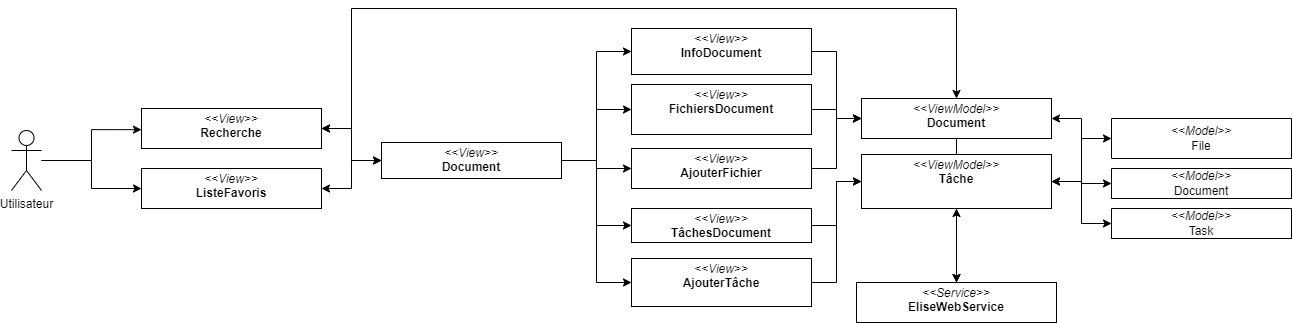
Above: images_pfe/dca_sprint3.png in PFE-Neoledge-2023/rapport (draw.io), before the change. Source tidied: cells renumbered, new cells last; positions are measured from the earlier drawing's top-left corner, leaving out a move shared by most shapes.
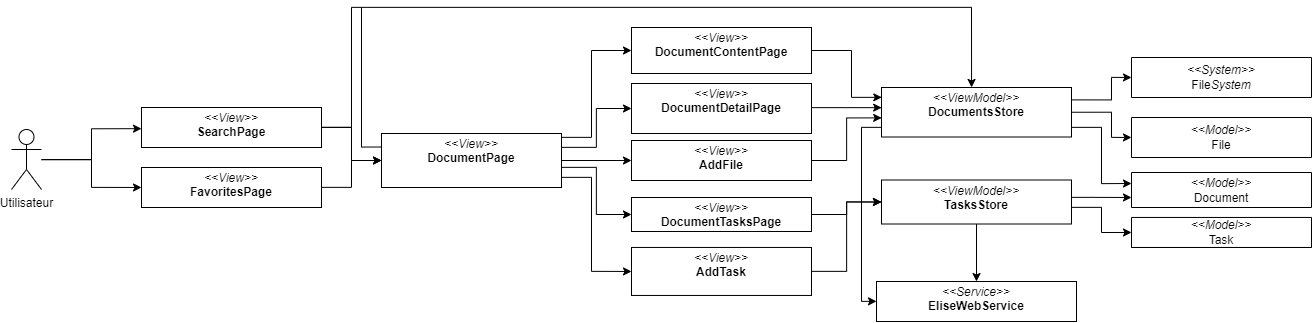
After the commit.

Commit message:
update dcp dcc sprint3

Change to the diagram source:
```diff
@@ -11,107 +11,189 @@
     <mxCell id="4" value="Utilisateur" style="shape=umlActor;verticalLabelPosition=bottom;verticalAlign=top;html=1;outlineConnect=0;" parent="1" vertex="1">
       <mxGeometry y="122" width="30" height="60" as="geometry" />
     </mxCell>
-    <mxCell id="5" style="edgeStyle=orthogonalEdgeStyle;rounded=0;jettySize=auto;html=1;entryX=0;entryY=0.5;entryDx=0;entryDy=0;startArrow=classic;startFill=1;" parent="1" edge="1" source="6" target="15">
+    <mxCell id="5" style="edgeStyle=orthogonalEdgeStyle;rounded=0;jettySize=auto;html=1;entryX=0;entryY=0.5;entryDx=0;entryDy=0;startArrow=none;startFill=0;" parent="1" edge="1" source="6" target="15">
       <mxGeometry relative="1" as="geometry" />
     </mxCell>
-    <mxCell id="6" value="&lt;p style=&quot;margin:0px;margin-top:4px;text-align:center;&quot;&gt;&lt;i&gt;&amp;lt;&amp;lt;View&amp;gt;&amp;gt;&lt;/i&gt;&lt;br&gt;&lt;b&gt;ListeFavoris&lt;/b&gt;&lt;/p&gt;&lt;p style=&quot;border-color: var(--border-color); margin: 0px 0px 0px 4px;&quot;&gt;&lt;br&gt;&lt;/p&gt;" style="verticalAlign=top;align=left;overflow=fill;fontSize=12;fontFamily=Helvetica;html=1;whiteSpace=wrap;" parent="1" vertex="1">
+    <mxCell id="6" value="&lt;p style=&quot;margin:0px;margin-top:4px;text-align:center;&quot;&gt;&lt;i&gt;&amp;lt;&amp;lt;View&amp;gt;&amp;gt;&lt;/i&gt;&lt;br&gt;&lt;b&gt;FavoritesPage&lt;/b&gt;&lt;br&gt;&lt;/p&gt;&lt;p style=&quot;border-color: var(--border-color); margin: 0px 0px 0px 4px;&quot;&gt;&lt;br&gt;&lt;/p&gt;" style="verticalAlign=top;align=left;overflow=fill;fontSize=12;fontFamily=Helvetica;html=1;whiteSpace=wrap;" parent="1" vertex="1">
       <mxGeometry x="130" y="160" width="180" height="40" as="geometry" />
     </mxCell>
-    <mxCell id="7" style="edgeStyle=orthogonalEdgeStyle;rounded=0;jettySize=auto;html=1;startArrow=classic;startFill=1;" parent="1" edge="1" source="9" target="15">
+    <mxCell id="7" style="edgeStyle=orthogonalEdgeStyle;rounded=0;jettySize=auto;html=1;startArrow=none;startFill=0;" parent="1" edge="1" source="9" target="15">
       <mxGeometry relative="1" as="geometry" />
     </mxCell>
-    <mxCell id="8" style="edgeStyle=orthogonalEdgeStyle;rounded=0;jettySize=auto;html=1;entryX=0.5;entryY=0;entryDx=0;entryDy=0;startArrow=classic;startFill=1;" parent="1" edge="1" source="9" target="28">
+    <mxCell id="8" style="edgeStyle=orthogonalEdgeStyle;rounded=0;jettySize=auto;html=1;entryX=0.474;entryY=-0.001;entryDx=0;entryDy=0;startArrow=none;startFill=0;entryPerimeter=0;" parent="1" edge="1" source="9" target="28">
       <mxGeometry relative="1" as="geometry">
         <Array as="points">
           <mxPoint x="340" y="120" />
           <mxPoint x="340" />
-          <mxPoint x="945" />
+          <mxPoint x="960" />
         </Array>
       </mxGeometry>
     </mxCell>
-    <mxCell id="9" value="&lt;p style=&quot;margin:0px;margin-top:4px;text-align:center;&quot;&gt;&lt;i&gt;&amp;lt;&amp;lt;View&amp;gt;&amp;gt;&lt;/i&gt;&lt;br&gt;&lt;b&gt;Recherche&lt;/b&gt;&lt;/p&gt;" style="verticalAlign=top;align=left;overflow=fill;fontSize=12;fontFamily=Helvetica;html=1;whiteSpace=wrap;" parent="1" vertex="1">
+    <mxCell id="9" value="&lt;p style=&quot;margin:0px;margin-top:4px;text-align:center;&quot;&gt;&lt;i&gt;&amp;lt;&amp;lt;View&amp;gt;&amp;gt;&lt;/i&gt;&lt;br&gt;&lt;b&gt;SearchPage&lt;/b&gt;&lt;br&gt;&lt;/p&gt;" style="verticalAlign=top;align=left;overflow=fill;fontSize=12;fontFamily=Helvetica;html=1;whiteSpace=wrap;" parent="1" vertex="1">
       <mxGeometry x="130" y="100" width="180" height="40" as="geometry" />
     </mxCell>
     <mxCell id="10" style="edgeStyle=orthogonalEdgeStyle;rounded=0;jettySize=auto;html=1;entryX=0;entryY=0.5;entryDx=0;entryDy=0;" parent="1" edge="1" source="15" target="19">
-      <mxGeometry relative="1" as="geometry" />
+      <mxGeometry relative="1" as="geometry">
+        <Array as="points">
+          <mxPoint x="585" y="140" />
+          <mxPoint x="585" y="101" />
+        </Array>
+      </mxGeometry>
     </mxCell>
     <mxCell id="11" style="edgeStyle=orthogonalEdgeStyle;rounded=0;jettySize=auto;html=1;entryX=0;entryY=0.5;entryDx=0;entryDy=0;" parent="1" edge="1" source="15" target="17">
-      <mxGeometry relative="1" as="geometry" />
+      <mxGeometry relative="1" as="geometry">
+        <Array as="points">
+          <mxPoint x="580" y="130" />
+          <mxPoint x="580" y="43" />
+        </Array>
+      </mxGeometry>
     </mxCell>
     <mxCell id="12" style="edgeStyle=orthogonalEdgeStyle;rounded=0;jettySize=auto;html=1;entryX=0;entryY=0.5;entryDx=0;entryDy=0;" parent="1" edge="1" source="15" target="21">
-      <mxGeometry relative="1" as="geometry" />
+      <mxGeometry relative="1" as="geometry">
+        <Array as="points">
+          <mxPoint x="585" y="160" />
+          <mxPoint x="585" y="207" />
+        </Array>
+      </mxGeometry>
     </mxCell>
-    <mxCell id="13" style="edgeStyle=orthogonalEdgeStyle;rounded=0;jettySize=auto;html=1;entryX=0;entryY=0.5;entryDx=0;entryDy=0;" parent="1" edge="1" source="15" target="23">
-      <mxGeometry relative="1" as="geometry" />
+    <mxCell id="13" style="edgeStyle=orthogonalEdgeStyle;rounded=0;jettySize=auto;html=1;entryX=0;entryY=0.5;entryDx=0;entryDy=0;" parent="1" edge="1" target="23">
+      <mxGeometry relative="1" as="geometry">
+        <mxPoint x="550" y="160" as="sourcePoint" />
+        <Array as="points">
+          <mxPoint x="550" y="170" />
+          <mxPoint x="580" y="170" />
+          <mxPoint x="580" y="264" />
+        </Array>
+      </mxGeometry>
     </mxCell>
     <mxCell id="14" style="edgeStyle=orthogonalEdgeStyle;rounded=0;jettySize=auto;html=1;entryX=0;entryY=0.5;entryDx=0;entryDy=0;" parent="1" edge="1" source="15" target="25">
-      <mxGeometry relative="1" as="geometry" />
+      <mxGeometry relative="1" as="geometry">
+        <Array as="points">
+          <mxPoint x="620" y="153" />
+        </Array>
+      </mxGeometry>
     </mxCell>
+    <mxCell id="37" style="edgeStyle=orthogonalEdgeStyle;rounded=0;html=1;exitX=0;exitY=0.25;exitDx=0;exitDy=0;startArrow=none;startFill=0;endArrow=none;endFill=0;" parent="1" edge="1" source="15">
+      <mxGeometry relative="1" as="geometry">
+        <mxPoint x="350" as="targetPoint" />
+      </mxGeometry>
+    </mxCell>
-    <mxCell id="15" value="&lt;p style=&quot;margin:0px;margin-top:4px;text-align:center;&quot;&gt;&lt;i&gt;&amp;lt;&amp;lt;View&amp;gt;&amp;gt;&lt;/i&gt;&lt;br&gt;&lt;b&gt;Document&lt;/b&gt;&lt;/p&gt;&lt;p style=&quot;border-color: var(--border-color); margin: 0px 0px 0px 4px;&quot;&gt;&lt;br&gt;&lt;/p&gt;" style="verticalAlign=top;align=left;overflow=fill;fontSize=12;fontFamily=Helvetica;html=1;whiteSpace=wrap;" parent="1" vertex="1">
-      <mxGeometry x="370" y="134" width="180" height="36" as="geometry" />
+    <mxCell id="15" value="&lt;p style=&quot;margin:0px;margin-top:4px;text-align:center;&quot;&gt;&lt;i&gt;&amp;lt;&amp;lt;View&amp;gt;&amp;gt;&lt;/i&gt;&lt;br&gt;&lt;b&gt;DocumentPage&lt;/b&gt;&lt;br&gt;&lt;/p&gt;&lt;p style=&quot;border-color: var(--border-color); margin: 0px 0px 0px 4px;&quot;&gt;&lt;br&gt;&lt;/p&gt;" style="verticalAlign=top;align=left;overflow=fill;fontSize=12;fontFamily=Helvetica;html=1;whiteSpace=wrap;" parent="1" vertex="1">
+      <mxGeometry x="370" y="126" width="180" height="54" as="geometry" />
     </mxCell>
-    <mxCell id="16" style="edgeStyle=orthogonalEdgeStyle;rounded=0;jettySize=auto;html=1;entryX=0;entryY=0.5;entryDx=0;entryDy=0;" parent="1" edge="1" source="17" target="28">
-      <mxGeometry relative="1" as="geometry" />
+    <mxCell id="16" style="edgeStyle=orthogonalEdgeStyle;rounded=0;jettySize=auto;html=1;entryX=0.001;entryY=0.205;entryDx=0;entryDy=0;entryPerimeter=0;" parent="1" edge="1" source="17" target="28">
+      <mxGeometry relative="1" as="geometry">
+        <Array as="points">
+          <mxPoint x="840" y="43" />
+          <mxPoint x="840" y="90" />
+          <mxPoint x="870" y="90" />
+        </Array>
+      </mxGeometry>
     </mxCell>
-    <mxCell id="17" value="&lt;p style=&quot;margin:0px;margin-top:4px;text-align:center;&quot;&gt;&lt;i&gt;&amp;lt;&amp;lt;View&amp;gt;&amp;gt;&lt;/i&gt;&lt;br&gt;&lt;b&gt;InfoDocument&lt;/b&gt;&lt;/p&gt;&lt;p style=&quot;border-color: var(--border-color); margin: 0px 0px 0px 4px;&quot;&gt;&lt;br&gt;&lt;/p&gt;" style="verticalAlign=top;align=left;overflow=fill;fontSize=12;fontFamily=Helvetica;html=1;whiteSpace=wrap;" parent="1" vertex="1">
+    <mxCell id="17" value="&lt;p style=&quot;margin:0px;margin-top:4px;text-align:center;&quot;&gt;&lt;i&gt;&amp;lt;&amp;lt;View&amp;gt;&amp;gt;&lt;/i&gt;&lt;br&gt;&lt;b&gt;DocumentContentPage&lt;/b&gt;&lt;br&gt;&lt;/p&gt;&lt;p style=&quot;border-color: var(--border-color); margin: 0px 0px 0px 4px;&quot;&gt;&lt;br&gt;&lt;/p&gt;" style="verticalAlign=top;align=left;overflow=fill;fontSize=12;fontFamily=Helvetica;html=1;whiteSpace=wrap;" parent="1" vertex="1">
       <mxGeometry x="620" y="20" width="180" height="46" as="geometry" />
     </mxCell>
-    <mxCell id="18" style="edgeStyle=orthogonalEdgeStyle;rounded=0;jettySize=auto;html=1;entryX=0;entryY=0.5;entryDx=0;entryDy=0;" parent="1" edge="1" source="19" target="28">
-      <mxGeometry relative="1" as="geometry" />
+    <mxCell id="18" style="edgeStyle=orthogonalEdgeStyle;rounded=0;jettySize=auto;html=1;entryX=0.001;entryY=0.407;entryDx=0;entryDy=0;entryPerimeter=0;" parent="1" edge="1" source="19" target="28">
+      <mxGeometry relative="1" as="geometry">
+        <Array as="points">
+          <mxPoint x="835" y="101" />
+        </Array>
+      </mxGeometry>
     </mxCell>
-    <mxCell id="19" value="&lt;p style=&quot;margin:0px;margin-top:4px;text-align:center;&quot;&gt;&lt;i&gt;&amp;lt;&amp;lt;View&amp;gt;&amp;gt;&lt;/i&gt;&lt;br&gt;&lt;b&gt;FichiersDocument&lt;/b&gt;&lt;/p&gt;&lt;p style=&quot;border-color: var(--border-color); margin: 0px 0px 0px 4px;&quot;&gt;&lt;br&gt;&lt;/p&gt;" style="verticalAlign=top;align=left;overflow=fill;fontSize=12;fontFamily=Helvetica;html=1;whiteSpace=wrap;" parent="1" vertex="1">
+    <mxCell id="19" value="&lt;p style=&quot;margin:0px;margin-top:4px;text-align:center;&quot;&gt;&lt;i&gt;&amp;lt;&amp;lt;View&amp;gt;&amp;gt;&lt;/i&gt;&lt;br&gt;&lt;b&gt;DocumentDetailPage&lt;/b&gt;&lt;br&gt;&lt;/p&gt;&lt;p style=&quot;border-color: var(--border-color); margin: 0px 0px 0px 4px;&quot;&gt;&lt;br&gt;&lt;/p&gt;" style="verticalAlign=top;align=left;overflow=fill;fontSize=12;fontFamily=Helvetica;html=1;whiteSpace=wrap;" parent="1" vertex="1">
       <mxGeometry x="620" y="76" width="180" height="50" as="geometry" />
     </mxCell>
     <mxCell id="20" style="edgeStyle=orthogonalEdgeStyle;rounded=0;jettySize=auto;html=1;entryX=0;entryY=0.5;entryDx=0;entryDy=0;" parent="1" edge="1" source="21" target="32">
       <mxGeometry relative="1" as="geometry" />
     </mxCell>
-    <mxCell id="21" value="&lt;p style=&quot;margin:0px;margin-top:4px;text-align:center;&quot;&gt;&lt;i&gt;&amp;lt;&amp;lt;View&amp;gt;&amp;gt;&lt;/i&gt;&lt;br&gt;&lt;b&gt;TâchesDocument&lt;/b&gt;&lt;/p&gt;&lt;p style=&quot;border-color: var(--border-color); margin: 0px 0px 0px 4px;&quot;&gt;&lt;br&gt;&lt;/p&gt;" style="verticalAlign=top;align=left;overflow=fill;fontSize=12;fontFamily=Helvetica;html=1;whiteSpace=wrap;" parent="1" vertex="1">
-      <mxGeometry x="620" y="200" width="180" height="34" as="geometry" />
+    <mxCell id="21" value="&lt;p style=&quot;margin:0px;margin-top:4px;text-align:center;&quot;&gt;&lt;i&gt;&amp;lt;&amp;lt;View&amp;gt;&amp;gt;&lt;/i&gt;&lt;br&gt;&lt;b&gt;DocumentTasksPage&lt;/b&gt;&lt;br&gt;&lt;/p&gt;&lt;p style=&quot;border-color: var(--border-color); margin: 0px 0px 0px 4px;&quot;&gt;&lt;br&gt;&lt;/p&gt;" style="verticalAlign=top;align=left;overflow=fill;fontSize=12;fontFamily=Helvetica;html=1;whiteSpace=wrap;" parent="1" vertex="1">
+      <mxGeometry x="620" y="190" width="180" height="34" as="geometry" />
     </mxCell>
     <mxCell id="22" style="edgeStyle=orthogonalEdgeStyle;rounded=0;jettySize=auto;html=1;entryX=0;entryY=0.5;entryDx=0;entryDy=0;" parent="1" edge="1" source="23" target="32">
       <mxGeometry relative="1" as="geometry" />
     </mxCell>
-    <mxCell id="23" value="&lt;p style=&quot;margin:0px;margin-top:4px;text-align:center;&quot;&gt;&lt;i&gt;&amp;lt;&amp;lt;View&amp;gt;&amp;gt;&lt;/i&gt;&lt;br&gt;&lt;b&gt;AjouterTâche&lt;/b&gt;&lt;/p&gt;" style="verticalAlign=top;align=left;overflow=fill;fontSize=12;fontFamily=Helvetica;html=1;whiteSpace=wrap;" parent="1" vertex="1">
-      <mxGeometry x="620" y="250" width="180" height="48" as="geometry" />
+    <mxCell id="23" value="&lt;p style=&quot;margin:0px;margin-top:4px;text-align:center;&quot;&gt;&lt;i&gt;&amp;lt;&amp;lt;View&amp;gt;&amp;gt;&lt;/i&gt;&lt;br&gt;&lt;b&gt;AddTask&lt;/b&gt;&lt;/p&gt;" style="verticalAlign=top;align=left;overflow=fill;fontSize=12;fontFamily=Helvetica;html=1;whiteSpace=wrap;" parent="1" vertex="1">
+      <mxGeometry x="620" y="240" width="180" height="48" as="geometry" />
     </mxCell>
-    <mxCell id="24" style="edgeStyle=orthogonalEdgeStyle;rounded=0;jettySize=auto;html=1;entryX=0;entryY=0.5;entryDx=0;entryDy=0;" parent="1" edge="1" source="25" target="28">
+    <mxCell id="24" style="edgeStyle=orthogonalEdgeStyle;rounded=0;jettySize=auto;html=1;entryX=0.001;entryY=0.614;entryDx=0;entryDy=0;entryPerimeter=0;" parent="1" edge="1" source="25" target="28">
       <mxGeometry relative="1" as="geometry" />
     </mxCell>
-    <mxCell id="25" value="&lt;p style=&quot;margin:0px;margin-top:4px;text-align:center;&quot;&gt;&lt;i&gt;&amp;lt;&amp;lt;View&amp;gt;&amp;gt;&lt;/i&gt;&lt;br&gt;&lt;b&gt;AjouterFichier&lt;/b&gt;&lt;/p&gt;&lt;p style=&quot;border-color: var(--border-color); margin: 0px 0px 0px 4px;&quot;&gt;&lt;br&gt;&lt;/p&gt;" style="verticalAlign=top;align=left;overflow=fill;fontSize=12;fontFamily=Helvetica;html=1;whiteSpace=wrap;" parent="1" vertex="1">
-      <mxGeometry x="620" y="140" width="180" height="40" as="geometry" />
+    <mxCell id="25" value="&lt;p style=&quot;margin:0px;margin-top:4px;text-align:center;&quot;&gt;&lt;i&gt;&amp;lt;&amp;lt;View&amp;gt;&amp;gt;&lt;/i&gt;&lt;br&gt;&lt;b&gt;AddFile&lt;/b&gt;&lt;/p&gt;&lt;p style=&quot;border-color: var(--border-color); margin: 0px 0px 0px 4px;&quot;&gt;&lt;br&gt;&lt;/p&gt;" style="verticalAlign=top;align=left;overflow=fill;fontSize=12;fontFamily=Helvetica;html=1;whiteSpace=wrap;" parent="1" vertex="1">
+      <mxGeometry x="620" y="133" width="180" height="40" as="geometry" />
     </mxCell>
     <mxCell id="26" style="edgeStyle=orthogonalEdgeStyle;rounded=0;jettySize=auto;html=1;" parent="1" edge="1" source="28" target="36">
-      <mxGeometry relative="1" as="geometry" />
+      <mxGeometry relative="1" as="geometry">
+        <Array as="points">
+          <mxPoint x="850" y="120" />
+          <mxPoint x="850" y="294" />
+        </Array>
+      </mxGeometry>
     </mxCell>
-    <mxCell id="27" style="edgeStyle=orthogonalEdgeStyle;rounded=0;jettySize=auto;html=1;entryX=0;entryY=0.5;entryDx=0;entryDy=0;startArrow=classic;startFill=1;" parent="1" edge="1" source="28" target="33">
-      <mxGeometry relative="1" as="geometry" />
+    <mxCell id="27" style="edgeStyle=orthogonalEdgeStyle;rounded=0;jettySize=auto;html=1;startArrow=none;startFill=0;" parent="1" edge="1" source="28">
+      <mxGeometry relative="1" as="geometry">
+        <mxPoint x="1120" y="176" as="targetPoint" />
+        <Array as="points">
+          <mxPoint x="1090" y="120" />
+          <mxPoint x="1090" y="176" />
+        </Array>
+      </mxGeometry>
     </mxCell>
+    <mxCell id="38" style="edgeStyle=orthogonalEdgeStyle;rounded=0;html=1;exitX=1;exitY=0.5;exitDx=0;exitDy=0;entryX=0;entryY=0.5;entryDx=0;entryDy=0;startArrow=none;startFill=0;endArrow=classic;endFill=1;" parent="1" edge="1" source="28" target="35">
+      <mxGeometry relative="1" as="geometry">
+        <Array as="points">
+          <mxPoint x="1100" y="105" />
+          <mxPoint x="1100" y="130" />
+        </Array>
+      </mxGeometry>
+    </mxCell>
+    <mxCell id="39" style="edgeStyle=orthogonalEdgeStyle;rounded=0;html=1;exitX=1;exitY=0.25;exitDx=0;exitDy=0;entryX=0;entryY=0.5;entryDx=0;entryDy=0;startArrow=none;startFill=0;endArrow=classic;endFill=1;" parent="1" edge="1" source="28" target="40">
+      <mxGeometry relative="1" as="geometry">
+        <Array as="points">
+          <mxPoint x="1100" y="92" />
+          <mxPoint x="1100" y="70" />
+        </Array>
+      </mxGeometry>
+    </mxCell>
-    <mxCell id="28" value="&lt;p style=&quot;margin:0px;margin-top:4px;text-align:center;&quot;&gt;&lt;i&gt;&amp;lt;&amp;lt;ViewModel&amp;gt;&amp;gt;&lt;/i&gt;&lt;br&gt;&lt;b&gt;Document&lt;/b&gt;&lt;/p&gt;&lt;p style=&quot;margin:0px;margin-left:4px;&quot;&gt;&lt;br&gt;&lt;/p&gt;" style="verticalAlign=top;align=left;overflow=fill;fontSize=12;fontFamily=Helvetica;html=1;whiteSpace=wrap;" parent="1" vertex="1">
-      <mxGeometry x="850" y="90" width="190" height="40" as="geometry" />
+    <mxCell id="28" value="&lt;p style=&quot;margin:0px;margin-top:4px;text-align:center;&quot;&gt;&lt;i&gt;&amp;lt;&amp;lt;ViewModel&amp;gt;&amp;gt;&lt;/i&gt;&lt;br&gt;&lt;b&gt;DocumentsStore&lt;/b&gt;&lt;br&gt;&lt;/p&gt;&lt;p style=&quot;margin:0px;margin-left:4px;&quot;&gt;&lt;br&gt;&lt;/p&gt;" style="verticalAlign=top;align=left;overflow=fill;fontSize=12;fontFamily=Helvetica;html=1;whiteSpace=wrap;" parent="1" vertex="1">
+      <mxGeometry x="870" y="80" width="190" height="49.5" as="geometry" />
     </mxCell>
-    <mxCell id="29" style="edgeStyle=orthogonalEdgeStyle;rounded=0;jettySize=auto;html=1;entryX=0.5;entryY=0;entryDx=0;entryDy=0;startArrow=classic;startFill=1;" parent="1" edge="1" source="32" target="36">
+    <mxCell id="29" style="edgeStyle=orthogonalEdgeStyle;rounded=0;jettySize=auto;html=1;entryX=0.5;entryY=0;entryDx=0;entryDy=0;startArrow=none;startFill=0;" parent="1" edge="1" source="32" target="36">
       <mxGeometry relative="1" as="geometry" />
     </mxCell>
-    <mxCell id="30" style="edgeStyle=orthogonalEdgeStyle;rounded=0;jettySize=auto;html=1;entryX=0;entryY=0.5;entryDx=0;entryDy=0;startArrow=classic;startFill=1;" parent="1" edge="1" source="32" target="35">
-      <mxGeometry relative="1" as="geometry" />
+    <mxCell id="30" style="edgeStyle=orthogonalEdgeStyle;rounded=0;jettySize=auto;html=1;startArrow=none;startFill=0;" parent="1" edge="1" source="32">
+      <mxGeometry relative="1" as="geometry">
+        <mxPoint x="1120" y="190" as="targetPoint" />
+        <Array as="points">
+          <mxPoint x="1080" y="190" />
+          <mxPoint x="1080" y="190" />
+        </Array>
+      </mxGeometry>
     </mxCell>
-    <mxCell id="31" style="edgeStyle=orthogonalEdgeStyle;rounded=0;jettySize=auto;html=1;entryX=0;entryY=0.5;entryDx=0;entryDy=0;startArrow=classic;startFill=1;" parent="1" edge="1" source="32" target="34">
-      <mxGeometry relative="1" as="geometry" />
+    <mxCell id="31" style="edgeStyle=orthogonalEdgeStyle;rounded=0;jettySize=auto;html=1;entryX=0;entryY=0.5;entryDx=0;entryDy=0;startArrow=none;startFill=0;" parent="1" edge="1" source="32" target="34">
+      <mxGeometry relative="1" as="geometry">
+        <Array as="points">
+          <mxPoint x="1090" y="200" />
+          <mxPoint x="1090" y="225" />
+        </Array>
+      </mxGeometry>
     </mxCell>
-    <mxCell id="32" value="&lt;p style=&quot;margin:0px;margin-top:4px;text-align:center;&quot;&gt;&lt;i&gt;&amp;lt;&amp;lt;ViewModel&amp;gt;&amp;gt;&lt;/i&gt;&lt;br&gt;&lt;b&gt;Tâche&lt;/b&gt;&lt;/p&gt;&lt;p style=&quot;margin:0px;margin-left:4px;&quot;&gt;&lt;br&gt;&lt;/p&gt;" style="verticalAlign=top;align=left;overflow=fill;fontSize=12;fontFamily=Helvetica;html=1;whiteSpace=wrap;" parent="1" vertex="1">
-      <mxGeometry x="850" y="146" width="190" height="54" as="geometry" />
+    <mxCell id="32" value="&lt;p style=&quot;margin:0px;margin-top:4px;text-align:center;&quot;&gt;&lt;i&gt;&amp;lt;&amp;lt;ViewModel&amp;gt;&amp;gt;&lt;/i&gt;&lt;br&gt;&lt;b&gt;TasksStore&lt;/b&gt;&lt;br&gt;&lt;/p&gt;&lt;p style=&quot;margin:0px;margin-left:4px;&quot;&gt;&lt;br&gt;&lt;/p&gt;" style="verticalAlign=top;align=left;overflow=fill;fontSize=12;fontFamily=Helvetica;html=1;whiteSpace=wrap;" parent="1" vertex="1">
+      <mxGeometry x="870" y="172.5" width="190" height="44" as="geometry" />
     </mxCell>
-    <mxCell id="33" value="&lt;i style=&quot;border-color: var(--border-color);&quot;&gt;&amp;lt;&amp;lt;Model&amp;gt;&amp;gt;&lt;/i&gt;&lt;br style=&quot;border-color: var(--border-color);&quot;&gt;Document&lt;br&gt;" style="swimlane;fontStyle=0;horizontal=1;startSize=30;fillColor=none;whiteSpace=wrap;html=1;rounded=0;shadow=0;glass=0;" parent="1" vertex="1">
-      <mxGeometry x="1100" y="160" width="180" height="30" as="geometry" />
+    <mxCell id="33" value="&lt;i style=&quot;border-color: var(--border-color);&quot;&gt;&amp;lt;&amp;lt;Model&amp;gt;&amp;gt;&lt;/i&gt;&lt;br style=&quot;border-color: var(--border-color);&quot;&gt;Document&lt;br&gt;" style="swimlane;fontStyle=0;horizontal=1;startSize=35;fillColor=none;whiteSpace=wrap;html=1;rounded=0;shadow=0;glass=0;" parent="1" vertex="1">
+      <mxGeometry x="1120" y="165" width="180" height="35" as="geometry" />
     </mxCell>
     <mxCell id="34" value="&lt;i style=&quot;border-color: var(--border-color);&quot;&gt;&amp;lt;&amp;lt;Model&amp;gt;&amp;gt;&lt;/i&gt;&lt;br style=&quot;border-color: var(--border-color);&quot;&gt;Task" style="swimlane;fontStyle=0;horizontal=1;startSize=30;whiteSpace=wrap;html=1;" parent="1" vertex="1">
-      <mxGeometry x="1100" y="200" width="180" height="30" as="geometry" />
+      <mxGeometry x="1120" y="210" width="180" height="30" as="geometry" />
     </mxCell>
     <mxCell id="35" value="&lt;i style=&quot;border-color: var(--border-color);&quot;&gt;&amp;lt;&amp;lt;Model&amp;gt;&amp;gt;&lt;/i&gt;&lt;br style=&quot;border-color: var(--border-color);&quot;&gt;File" style="swimlane;fontStyle=0;horizontal=1;startSize=40;fillColor=none;whiteSpace=wrap;html=1;rounded=0;shadow=0;glass=0;" parent="1" vertex="1">
-      <mxGeometry x="1100" y="110" width="180" height="40" as="geometry" />
+      <mxGeometry x="1120" y="110" width="180" height="40" as="geometry" />
     </mxCell>
     <mxCell id="36" value="&lt;p style=&quot;margin:0px;margin-top:4px;text-align:center;&quot;&gt;&lt;i&gt;&amp;lt;&amp;lt;Service&amp;gt;&amp;gt;&lt;/i&gt;&lt;br&gt;&lt;b&gt;EliseWebService&lt;/b&gt;&lt;/p&gt;" style="verticalAlign=top;align=left;overflow=fill;fontSize=12;fontFamily=Helvetica;html=1;whiteSpace=wrap;" parent="1" vertex="1">
-      <mxGeometry x="845" y="274" width="200" height="40" as="geometry" />
+      <mxGeometry x="865" y="274" width="200" height="40" as="geometry" />
     </mxCell>
+    <mxCell id="40" value="&lt;i style=&quot;border-color: var(--border-color);&quot;&gt;&amp;lt;&amp;lt;System&amp;gt;&amp;gt;&lt;/i&gt;&lt;br style=&quot;border-color: var(--border-color);&quot;&gt;File&lt;i style=&quot;border-color: var(--border-color);&quot;&gt;System&lt;/i&gt;" style="swimlane;fontStyle=0;horizontal=1;startSize=40;fillColor=none;whiteSpace=wrap;html=1;rounded=0;shadow=0;glass=0;" parent="1" vertex="1">
+      <mxGeometry x="1120" y="50" width="180" height="40" as="geometry" />
+    </mxCell>
   </root>
 </mxGraphModel>
```
